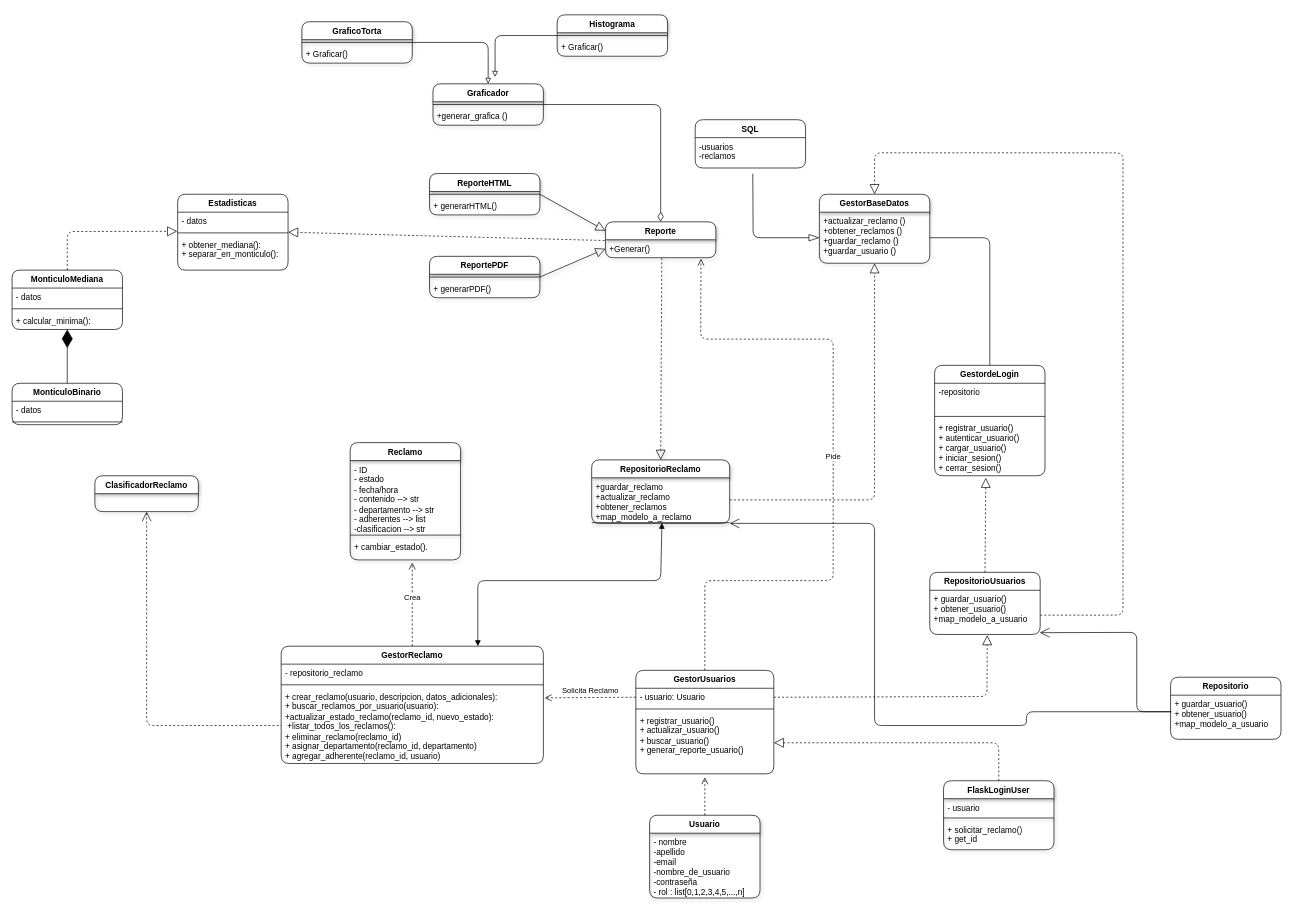
Before: TrabajoPractico_3/proyecto_1/docs/UML_Tp_3.drawio in AgustinG178/pa_2025c1_practica, a draw.io diagram. Source tidied: cells renumbered, new cells numbered last; positions are measured from the earlier drawing's top-left corner, leaving out a move shared by most shapes. Both pictures are drawn from the tidied source at 69%, with x=0, y=0 at pixel (12, 14).
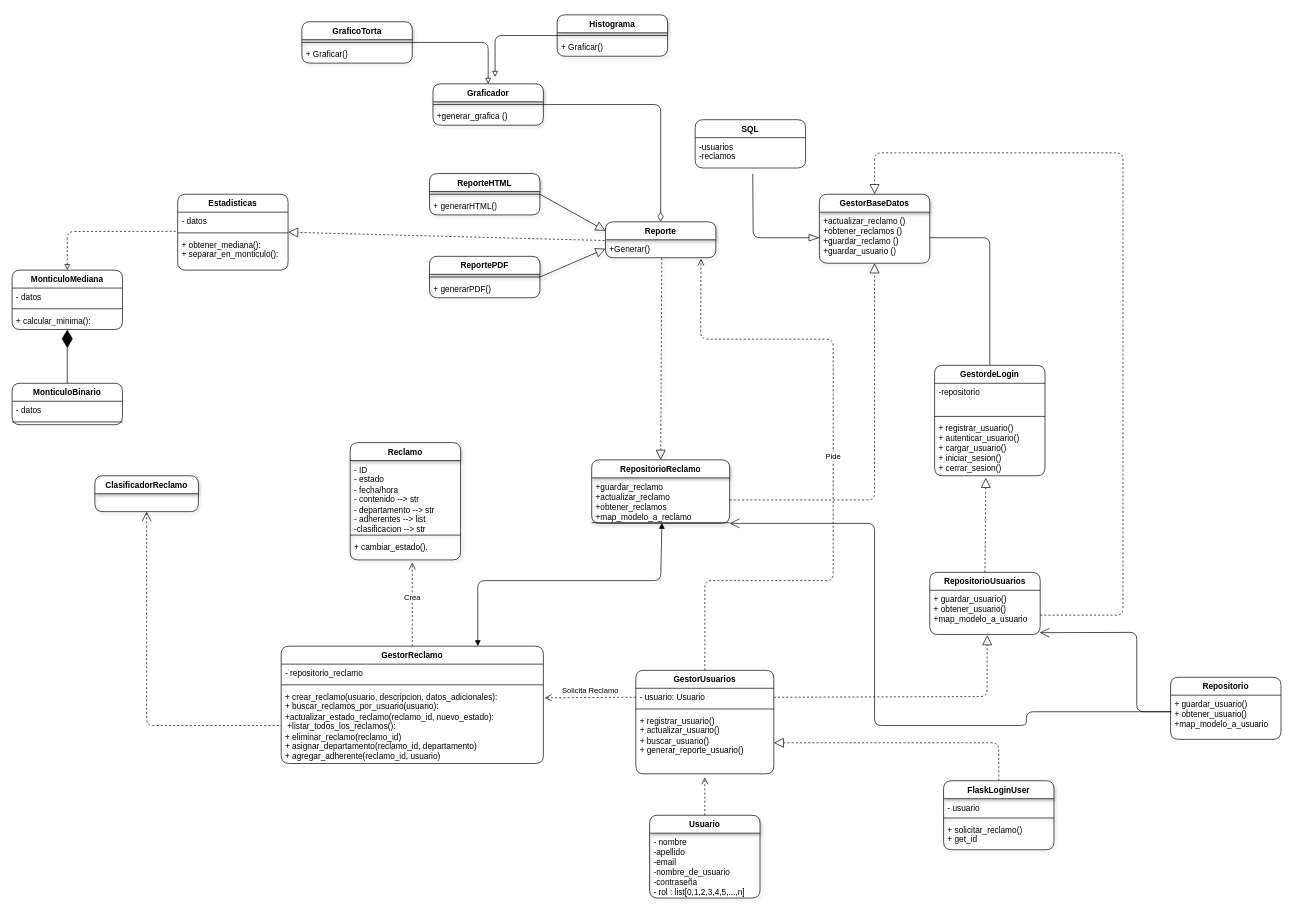
After the change.

The change refers to these unchanged cells:
```xml
<mxCell id="47" value="- datos" style="text;strokeColor=none;fillColor=none;align=left;verticalAlign=top;spacingLeft=4;spacingRight=4;overflow=hidden;points=[[0,0.5],[1,0.5]];portConstraint=eastwest;whiteSpace=wrap;html=1;rounded=1;fontColor=default;" parent="46" vertex="1">
  <mxGeometry y="26" width="160" height="26" as="geometry" />
</mxCell>
<mxCell id="54" value="MonticuloMediana" style="swimlane;fontStyle=1;align=center;verticalAlign=top;horizontal=1;startSize=26;whiteSpace=wrap;html=1;rounded=1;fontColor=default;" parent="1" vertex="1">
  <mxGeometry y="370" width="160" height="86" as="geometry" />
</mxCell>
```

Change to the diagram source:
```diff
@@
-    <mxCell id="58" style="endArrow=block;dashed=1;endFill=0;endSize=12;html=1;exitX=0.5;exitY=0;exitDx=0;exitDy=0;entryX=-0.004;entryY=1.067;entryDx=0;entryDy=0;entryPerimeter=0;fontColor=default;" parent="1" edge="1" source="54" target="47">
+    <mxCell id="58" style="endArrow=none;dashed=1;endFill=0;endSize=12;html=1;exitX=0.5;exitY=0;exitDx=0;exitDy=0;entryX=-0.004;entryY=1.067;entryDx=0;entryDy=0;entryPerimeter=0;fontColor=default;startArrow=block;startFill=0;" parent="1" edge="1" source="54" target="47">
       <mxGeometry relative="1" as="geometry">
         <Array as="points">
           <mxPoint x="80" y="314" />
         </Array>
       </mxGeometry>
     </mxCell>
```
